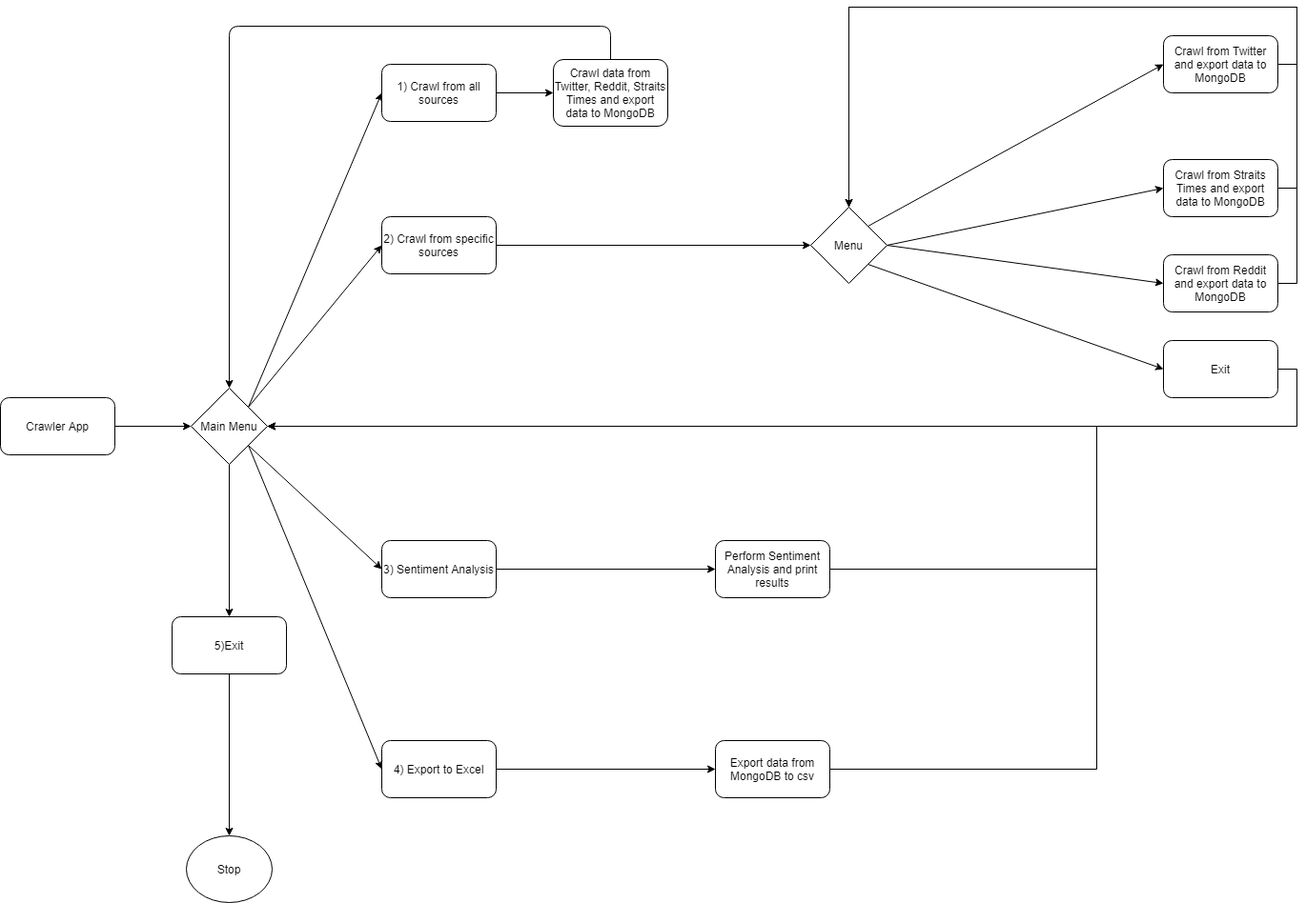
This is Spooder/Untitled Diagram.png from yxchia98/spooder, a draw.io export, as it was before one commit. Source tidied: cells renumbered, new cells last; positions are measured from the earlier drawing's top-left corner, leaving out a move shared by most shapes.
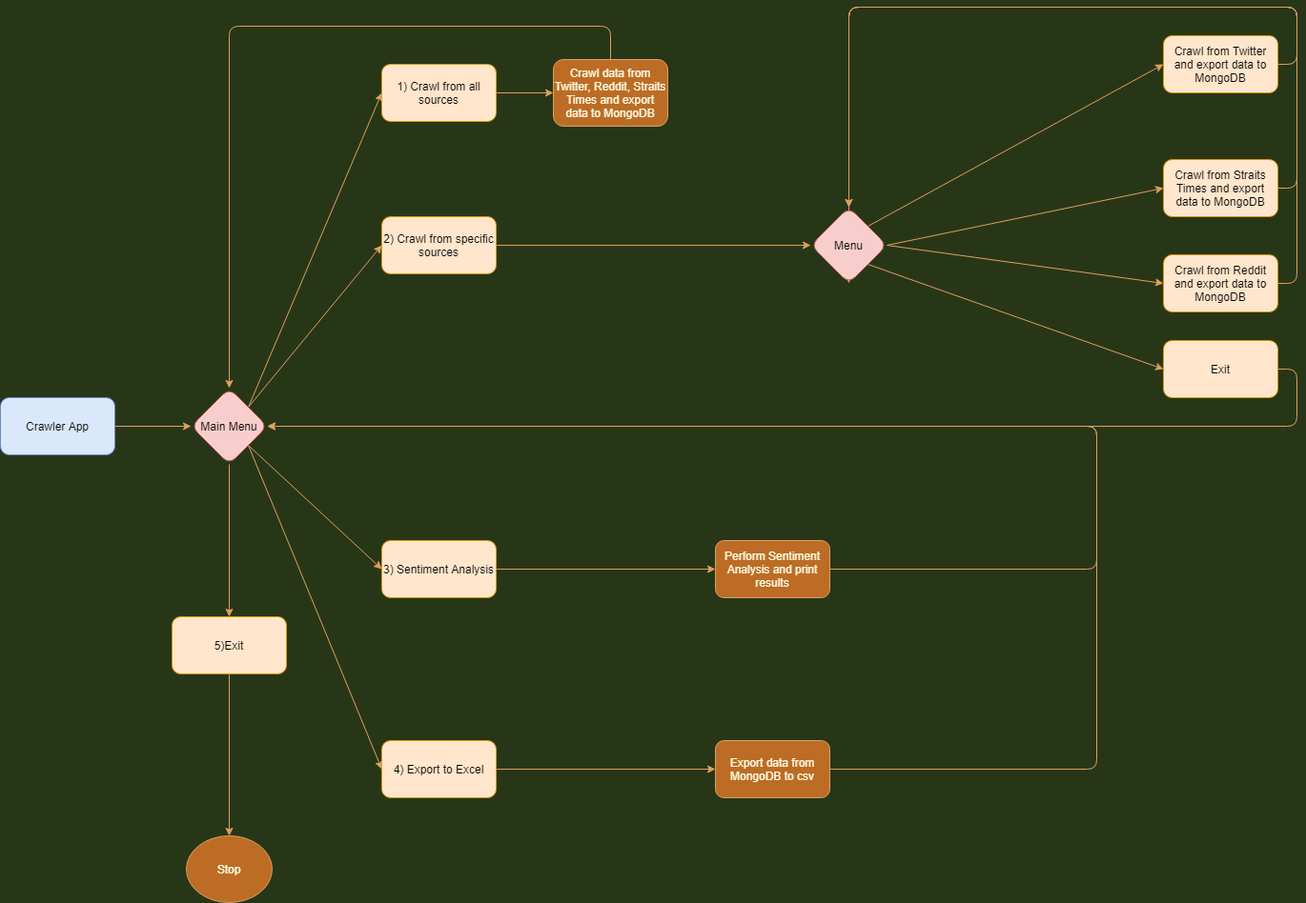
After the change.

The edit, as a diff of the source:
```diff
@@ -1,65 +1,65 @@
-<mxGraphModel>
+<mxGraphModel background="#283618">
   <root>
     <mxCell id="0" />
     <mxCell id="1" parent="0" />
-    <mxCell id="2" style="edgeStyle=orthogonalEdgeStyle;rounded=0;jettySize=auto;html=1;exitX=1;exitY=0.5;exitDx=0;exitDy=0;entryX=0;entryY=0.5;entryDx=0;entryDy=0;" parent="1" edge="1" source="3" target="20">
+    <mxCell id="2" style="edgeStyle=orthogonalEdgeStyle;jettySize=auto;html=1;exitX=1;exitY=0.5;exitDx=0;exitDy=0;entryX=0;entryY=0.5;entryDx=0;entryDy=0;labelBackgroundColor=#283618;strokeColor=#DDA15E;fontColor=#FEFAE0;" parent="1" edge="1" source="3" target="20">
       <mxGeometry relative="1" as="geometry" />
     </mxCell>
-    <mxCell id="3" value="1) Crawl from all sources" style="rounded=1;whiteSpace=wrap;html=1;" parent="1" vertex="1">
+    <mxCell id="3" value="1) Crawl from all sources" style="whiteSpace=wrap;html=1;rounded=1;fillColor=#ffe6cc;strokeColor=#d79b00;" parent="1" vertex="1">
       <mxGeometry x="400" y="60" width="120" height="60" as="geometry" />
     </mxCell>
-    <mxCell id="4" style="edgeStyle=orthogonalEdgeStyle;rounded=0;jettySize=auto;html=1;exitX=1;exitY=0.5;exitDx=0;exitDy=0;entryX=0;entryY=0.5;entryDx=0;entryDy=0;" parent="1" edge="1" source="5" target="35">
+    <mxCell id="4" style="edgeStyle=orthogonalEdgeStyle;jettySize=auto;html=1;exitX=1;exitY=0.5;exitDx=0;exitDy=0;entryX=0;entryY=0.5;entryDx=0;entryDy=0;labelBackgroundColor=#283618;strokeColor=#DDA15E;fontColor=#FEFAE0;" parent="1" edge="1" source="5" target="35">
       <mxGeometry relative="1" as="geometry" />
     </mxCell>
-    <mxCell id="5" value="4) Export to Excel" style="rounded=1;whiteSpace=wrap;html=1;" parent="1" vertex="1">
+    <mxCell id="5" value="4) Export to Excel" style="whiteSpace=wrap;html=1;rounded=1;fillColor=#ffe6cc;strokeColor=#d79b00;" parent="1" vertex="1">
       <mxGeometry x="400" y="770" width="120" height="60" as="geometry" />
     </mxCell>
-    <mxCell id="6" value="3) Sentiment Analysis" style="rounded=1;whiteSpace=wrap;html=1;" parent="1" vertex="1">
+    <mxCell id="6" value="3) Sentiment Analysis" style="whiteSpace=wrap;html=1;rounded=1;fillColor=#ffe6cc;strokeColor=#d79b00;" parent="1" vertex="1">
       <mxGeometry x="400" y="560" width="120" height="60" as="geometry" />
     </mxCell>
-    <mxCell id="7" style="edgeStyle=orthogonalEdgeStyle;rounded=0;jettySize=auto;html=1;" parent="1" edge="1" source="8" target="39">
+    <mxCell id="7" style="edgeStyle=orthogonalEdgeStyle;jettySize=auto;html=1;labelBackgroundColor=#283618;strokeColor=#DDA15E;fontColor=#FEFAE0;" parent="1" edge="1" source="8" target="39">
       <mxGeometry relative="1" as="geometry" />
     </mxCell>
-    <mxCell id="8" value="2) Crawl from specific sources" style="rounded=1;whiteSpace=wrap;html=1;" parent="1" vertex="1">
+    <mxCell id="8" value="2) Crawl from specific sources" style="whiteSpace=wrap;html=1;rounded=1;fillColor=#ffe6cc;strokeColor=#d79b00;" parent="1" vertex="1">
       <mxGeometry x="400" y="220" width="120" height="60" as="geometry" />
     </mxCell>
-    <mxCell id="9" style="edgeStyle=orthogonalEdgeStyle;rounded=0;jettySize=auto;html=1;exitX=1;exitY=0.5;exitDx=0;exitDy=0;" parent="1" edge="1" source="10" target="18">
+    <mxCell id="9" style="edgeStyle=orthogonalEdgeStyle;jettySize=auto;html=1;exitX=1;exitY=0.5;exitDx=0;exitDy=0;labelBackgroundColor=#283618;strokeColor=#DDA15E;fontColor=#FEFAE0;" parent="1" edge="1" source="10" target="18">
       <mxGeometry relative="1" as="geometry" />
     </mxCell>
-    <mxCell id="10" value="Crawler App" style="rounded=1;whiteSpace=wrap;html=1;" parent="1" vertex="1">
+    <mxCell id="10" value="Crawler App" style="whiteSpace=wrap;html=1;rounded=1;fillColor=#dae8fc;strokeColor=#6c8ebf;" parent="1" vertex="1">
       <mxGeometry y="410" width="120" height="60" as="geometry" />
     </mxCell>
-    <mxCell id="11" style="edgeStyle=orthogonalEdgeStyle;rounded=0;jettySize=auto;html=1;exitX=0.5;exitY=1;exitDx=0;exitDy=0;entryX=0.5;entryY=0;entryDx=0;entryDy=0;" parent="1" edge="1" source="12" target="19">
+    <mxCell id="11" style="edgeStyle=orthogonalEdgeStyle;jettySize=auto;html=1;exitX=0.5;exitY=1;exitDx=0;exitDy=0;entryX=0.5;entryY=0;entryDx=0;entryDy=0;labelBackgroundColor=#283618;strokeColor=#DDA15E;fontColor=#FEFAE0;" parent="1" edge="1" source="12" target="19">
       <mxGeometry relative="1" as="geometry" />
     </mxCell>
-    <mxCell id="12" value="5)Exit" style="rounded=1;whiteSpace=wrap;html=1;" parent="1" vertex="1">
+    <mxCell id="12" value="5)Exit" style="whiteSpace=wrap;html=1;rounded=1;fillColor=#ffe6cc;strokeColor=#d79b00;" parent="1" vertex="1">
       <mxGeometry x="180" y="640" width="120" height="60" as="geometry" />
     </mxCell>
-    <mxCell id="13" style="endArrow=classic;html=1;entryX=0;entryY=0.5;entryDx=0;entryDy=0;exitX=1;exitY=0;exitDx=0;exitDy=0;" parent="1" edge="1" source="18" target="3">
+    <mxCell id="13" style="endArrow=classic;html=1;entryX=0;entryY=0.5;entryDx=0;entryDy=0;exitX=1;exitY=0;exitDx=0;exitDy=0;labelBackgroundColor=#283618;strokeColor=#DDA15E;fontColor=#FEFAE0;" parent="1" edge="1" source="18" target="3">
       <mxGeometry relative="1" as="geometry" />
     </mxCell>
-    <mxCell id="14" style="endArrow=classic;html=1;entryX=0;entryY=0.5;entryDx=0;entryDy=0;exitX=1;exitY=0;exitDx=0;exitDy=0;" parent="1" edge="1" source="18" target="8">
+    <mxCell id="14" style="endArrow=classic;html=1;entryX=0;entryY=0.5;entryDx=0;entryDy=0;exitX=1;exitY=0;exitDx=0;exitDy=0;labelBackgroundColor=#283618;strokeColor=#DDA15E;fontColor=#FEFAE0;" parent="1" edge="1" source="18" target="8">
       <mxGeometry relative="1" as="geometry" />
     </mxCell>
-    <mxCell id="15" style="endArrow=classic;html=1;entryX=0;entryY=0.5;entryDx=0;entryDy=0;exitX=1;exitY=1;exitDx=0;exitDy=0;" parent="1" edge="1" source="18" target="6">
+    <mxCell id="15" style="endArrow=classic;html=1;entryX=0;entryY=0.5;entryDx=0;entryDy=0;exitX=1;exitY=1;exitDx=0;exitDy=0;labelBackgroundColor=#283618;strokeColor=#DDA15E;fontColor=#FEFAE0;" parent="1" edge="1" source="18" target="6">
       <mxGeometry relative="1" as="geometry" />
     </mxCell>
-    <mxCell id="16" style="endArrow=classic;html=1;exitX=1;exitY=1;exitDx=0;exitDy=0;entryX=0;entryY=0.5;entryDx=0;entryDy=0;" parent="1" edge="1" source="18" target="5">
+    <mxCell id="16" style="endArrow=classic;html=1;exitX=1;exitY=1;exitDx=0;exitDy=0;entryX=0;entryY=0.5;entryDx=0;entryDy=0;labelBackgroundColor=#283618;strokeColor=#DDA15E;fontColor=#FEFAE0;" parent="1" edge="1" source="18" target="5">
       <mxGeometry relative="1" as="geometry" />
     </mxCell>
-    <mxCell id="17" style="endArrow=classic;html=1;entryX=0.5;entryY=0;entryDx=0;entryDy=0;exitX=0.5;exitY=1;exitDx=0;exitDy=0;" parent="1" edge="1" source="18" target="12">
+    <mxCell id="17" style="endArrow=classic;html=1;entryX=0.5;entryY=0;entryDx=0;entryDy=0;exitX=0.5;exitY=1;exitDx=0;exitDy=0;labelBackgroundColor=#283618;strokeColor=#DDA15E;fontColor=#FEFAE0;" parent="1" edge="1" source="18" target="12">
       <mxGeometry relative="1" as="geometry" />
     </mxCell>
-    <mxCell id="18" value="Main Menu" style="rhombus;whiteSpace=wrap;html=1;" parent="1" vertex="1">
+    <mxCell id="18" value="Main Menu" style="rhombus;whiteSpace=wrap;html=1;rounded=1;fillColor=#f8cecc;strokeColor=#b85450;" parent="1" vertex="1">
       <mxGeometry x="200" y="400" width="80" height="80" as="geometry" />
     </mxCell>
-    <mxCell id="19" value="Stop" style="ellipse;whiteSpace=wrap;html=1;" parent="1" vertex="1">
+    <mxCell id="19" value="Stop" style="ellipse;whiteSpace=wrap;html=1;rounded=1;fillColor=#BC6C25;strokeColor=#DDA15E;fontColor=#FEFAE0;" parent="1" vertex="1">
       <mxGeometry x="195" y="870" width="90" height="70" as="geometry" />
     </mxCell>
-    <mxCell id="20" value="Crawl data from Twitter, Reddit, Straits Times and export data to MongoDB" style="rounded=1;whiteSpace=wrap;html=1;" parent="1" vertex="1">
+    <mxCell id="20" value="Crawl data from Twitter, Reddit, Straits Times and export data to MongoDB" style="whiteSpace=wrap;html=1;rounded=1;fillColor=#BC6C25;strokeColor=#DDA15E;fontColor=#FEFAE0;" parent="1" vertex="1">
       <mxGeometry x="580" y="55" width="120" height="70" as="geometry" />
     </mxCell>
-    <mxCell id="21" style="endArrow=classic;html=1;exitX=0.5;exitY=0;exitDx=0;exitDy=0;entryX=0.5;entryY=0;entryDx=0;entryDy=0;" parent="1" edge="1" source="20" target="18">
+    <mxCell id="21" style="endArrow=classic;html=1;exitX=0.5;exitY=0;exitDx=0;exitDy=0;entryX=0.5;entryY=0;entryDx=0;entryDy=0;labelBackgroundColor=#283618;strokeColor=#DDA15E;fontColor=#FEFAE0;" parent="1" edge="1" source="20" target="18">
       <mxGeometry relative="1" as="geometry">
         <Array as="points">
           <mxPoint x="640" y="20" />
@@ -67,7 +67,7 @@
         </Array>
       </mxGeometry>
     </mxCell>
-    <mxCell id="22" style="edgeStyle=orthogonalEdgeStyle;rounded=0;jettySize=auto;html=1;entryX=0.5;entryY=0;entryDx=0;entryDy=0;exitX=1;exitY=0.5;exitDx=0;exitDy=0;" parent="1" edge="1" source="23" target="39">
+    <mxCell id="22" style="edgeStyle=orthogonalEdgeStyle;jettySize=auto;html=1;entryX=0.5;entryY=0;entryDx=0;entryDy=0;exitX=1;exitY=0.5;exitDx=0;exitDy=0;labelBackgroundColor=#283618;strokeColor=#DDA15E;fontColor=#FEFAE0;" parent="1" edge="1" source="23" target="39">
       <mxGeometry relative="1" as="geometry">
         <Array as="points">
           <mxPoint x="1360" y="60" />
@@ -76,13 +76,13 @@
         </Array>
       </mxGeometry>
     </mxCell>
-    <mxCell id="23" value="Crawl from Twitter and export data to MongoDB" style="rounded=1;whiteSpace=wrap;html=1;" parent="1" vertex="1">
+    <mxCell id="23" value="Crawl from Twitter and export data to MongoDB" style="whiteSpace=wrap;html=1;rounded=1;fillColor=#ffe6cc;strokeColor=#d79b00;" parent="1" vertex="1">
       <mxGeometry x="1220" y="30" width="120" height="60" as="geometry" />
     </mxCell>
-    <mxCell id="24" style="endArrow=classic;html=1;exitX=1;exitY=0;exitDx=0;exitDy=0;entryX=0;entryY=0.5;entryDx=0;entryDy=0;" parent="1" edge="1" source="39" target="23">
+    <mxCell id="24" style="endArrow=classic;html=1;exitX=1;exitY=0;exitDx=0;exitDy=0;entryX=0;entryY=0.5;entryDx=0;entryDy=0;labelBackgroundColor=#283618;strokeColor=#DDA15E;fontColor=#FEFAE0;" parent="1" edge="1" source="39" target="23">
       <mxGeometry relative="1" as="geometry" />
     </mxCell>
-    <mxCell id="25" style="edgeStyle=orthogonalEdgeStyle;rounded=0;jettySize=auto;html=1;entryX=0.5;entryY=1;entryDx=0;entryDy=0;exitX=1;exitY=0.5;exitDx=0;exitDy=0;" parent="1" edge="1" source="26" target="39">
+    <mxCell id="25" style="edgeStyle=orthogonalEdgeStyle;jettySize=auto;html=1;entryX=0.5;entryY=1;entryDx=0;entryDy=0;exitX=1;exitY=0.5;exitDx=0;exitDy=0;labelBackgroundColor=#283618;strokeColor=#DDA15E;fontColor=#FEFAE0;" parent="1" edge="1" source="26" target="39">
       <mxGeometry relative="1" as="geometry">
         <Array as="points">
           <mxPoint x="1360" y="290" />
@@ -91,10 +91,10 @@
         </Array>
       </mxGeometry>
     </mxCell>
-    <mxCell id="26" value="Crawl from Reddit and export data to MongoDB" style="rounded=1;whiteSpace=wrap;html=1;" parent="1" vertex="1">
+    <mxCell id="26" value="Crawl from Reddit and export data to MongoDB" style="whiteSpace=wrap;html=1;rounded=1;fillColor=#ffe6cc;strokeColor=#d79b00;" parent="1" vertex="1">
       <mxGeometry x="1220" y="260" width="120" height="60" as="geometry" />
     </mxCell>
-    <mxCell id="27" style="edgeStyle=orthogonalEdgeStyle;rounded=0;jettySize=auto;html=1;entryX=0.5;entryY=0;entryDx=0;entryDy=0;exitX=1;exitY=0.5;exitDx=0;exitDy=0;" parent="1" edge="1" source="28" target="39">
+    <mxCell id="27" style="edgeStyle=orthogonalEdgeStyle;jettySize=auto;html=1;entryX=0.5;entryY=0;entryDx=0;entryDy=0;exitX=1;exitY=0.5;exitDx=0;exitDy=0;labelBackgroundColor=#283618;strokeColor=#DDA15E;fontColor=#FEFAE0;" parent="1" edge="1" source="28" target="39">
       <mxGeometry relative="1" as="geometry">
         <Array as="points">
           <mxPoint x="1360" y="190" />
@@ -103,16 +103,16 @@
         </Array>
       </mxGeometry>
     </mxCell>
-    <mxCell id="28" value="Crawl from Straits Times and export data to MongoDB" style="rounded=1;whiteSpace=wrap;html=1;" parent="1" vertex="1">
+    <mxCell id="28" value="Crawl from Straits Times and export data to MongoDB" style="whiteSpace=wrap;html=1;rounded=1;fillColor=#ffe6cc;strokeColor=#d79b00;" parent="1" vertex="1">
       <mxGeometry x="1220" y="160" width="120" height="60" as="geometry" />
     </mxCell>
-    <mxCell id="29" style="endArrow=classic;html=1;entryX=0;entryY=0.5;entryDx=0;entryDy=0;exitX=1;exitY=0.5;exitDx=0;exitDy=0;" parent="1" edge="1" source="39" target="26">
+    <mxCell id="29" style="endArrow=classic;html=1;entryX=0;entryY=0.5;entryDx=0;entryDy=0;exitX=1;exitY=0.5;exitDx=0;exitDy=0;labelBackgroundColor=#283618;strokeColor=#DDA15E;fontColor=#FEFAE0;" parent="1" edge="1" source="39" target="26">
       <mxGeometry relative="1" as="geometry" />
     </mxCell>
-    <mxCell id="30" style="endArrow=classic;html=1;entryX=0;entryY=0.5;entryDx=0;entryDy=0;exitX=1;exitY=0.5;exitDx=0;exitDy=0;" parent="1" edge="1" source="39" target="28">
+    <mxCell id="30" style="endArrow=classic;html=1;entryX=0;entryY=0.5;entryDx=0;entryDy=0;exitX=1;exitY=0.5;exitDx=0;exitDy=0;labelBackgroundColor=#283618;strokeColor=#DDA15E;fontColor=#FEFAE0;" parent="1" edge="1" source="39" target="28">
       <mxGeometry relative="1" as="geometry" />
     </mxCell>
-    <mxCell id="31" style="edgeStyle=orthogonalEdgeStyle;rounded=0;jettySize=auto;html=1;entryX=1;entryY=0.5;entryDx=0;entryDy=0;" parent="1" edge="1" source="32" target="18">
+    <mxCell id="31" style="edgeStyle=orthogonalEdgeStyle;jettySize=auto;html=1;entryX=1;entryY=0.5;entryDx=0;entryDy=0;labelBackgroundColor=#283618;strokeColor=#DDA15E;fontColor=#FEFAE0;" parent="1" edge="1" source="32" target="18">
       <mxGeometry relative="1" as="geometry">
         <Array as="points">
           <mxPoint x="1150" y="590" />
@@ -120,13 +120,13 @@
         </Array>
       </mxGeometry>
     </mxCell>
-    <mxCell id="32" value="Perform Sentiment Analysis and print results" style="rounded=1;whiteSpace=wrap;html=1;" parent="1" vertex="1">
+    <mxCell id="32" value="Perform Sentiment Analysis and print results" style="whiteSpace=wrap;html=1;rounded=1;fillColor=#BC6C25;strokeColor=#DDA15E;fontColor=#FEFAE0;" parent="1" vertex="1">
       <mxGeometry x="750" y="560" width="120" height="60" as="geometry" />
     </mxCell>
-    <mxCell id="33" style="endArrow=classic;html=1;entryX=0;entryY=0.5;entryDx=0;entryDy=0;exitX=1;exitY=0.5;exitDx=0;exitDy=0;" parent="1" edge="1" source="6" target="32">
+    <mxCell id="33" style="endArrow=classic;html=1;entryX=0;entryY=0.5;entryDx=0;entryDy=0;exitX=1;exitY=0.5;exitDx=0;exitDy=0;labelBackgroundColor=#283618;strokeColor=#DDA15E;fontColor=#FEFAE0;" parent="1" edge="1" source="6" target="32">
       <mxGeometry relative="1" as="geometry" />
     </mxCell>
-    <mxCell id="34" style="edgeStyle=orthogonalEdgeStyle;rounded=0;jettySize=auto;html=1;entryX=1;entryY=0.5;entryDx=0;entryDy=0;" parent="1" edge="1" source="35" target="18">
+    <mxCell id="34" style="edgeStyle=orthogonalEdgeStyle;jettySize=auto;html=1;entryX=1;entryY=0.5;entryDx=0;entryDy=0;labelBackgroundColor=#283618;strokeColor=#DDA15E;fontColor=#FEFAE0;" parent="1" edge="1" source="35" target="18">
       <mxGeometry relative="1" as="geometry">
         <Array as="points">
           <mxPoint x="1150" y="800" />
@@ -134,10 +134,10 @@
         </Array>
       </mxGeometry>
     </mxCell>
-    <mxCell id="35" value="Export data from MongoDB to csv" style="rounded=1;whiteSpace=wrap;html=1;" parent="1" vertex="1">
+    <mxCell id="35" value="Export data from MongoDB to csv" style="whiteSpace=wrap;html=1;rounded=1;fillColor=#BC6C25;strokeColor=#DDA15E;fontColor=#FEFAE0;" parent="1" vertex="1">
       <mxGeometry x="750" y="770" width="120" height="60" as="geometry" />
     </mxCell>
-    <mxCell id="36" style="edgeStyle=orthogonalEdgeStyle;rounded=0;jettySize=auto;html=1;entryX=1;entryY=0.5;entryDx=0;entryDy=0;exitX=1;exitY=0.5;exitDx=0;exitDy=0;" parent="1" edge="1" source="37" target="18">
+    <mxCell id="36" style="edgeStyle=orthogonalEdgeStyle;jettySize=auto;html=1;entryX=1;entryY=0.5;entryDx=0;entryDy=0;exitX=1;exitY=0.5;exitDx=0;exitDy=0;labelBackgroundColor=#283618;strokeColor=#DDA15E;fontColor=#FEFAE0;" parent="1" edge="1" source="37" target="18">
       <mxGeometry relative="1" as="geometry">
         <Array as="points">
           <mxPoint x="1360" y="380" />
@@ -145,13 +145,13 @@
         </Array>
       </mxGeometry>
     </mxCell>
-    <mxCell id="37" value="Exit" style="rounded=1;whiteSpace=wrap;html=1;" parent="1" vertex="1">
+    <mxCell id="37" value="Exit" style="whiteSpace=wrap;html=1;rounded=1;fillColor=#ffe6cc;strokeColor=#d79b00;" parent="1" vertex="1">
       <mxGeometry x="1220" y="350" width="120" height="60" as="geometry" />
     </mxCell>
-    <mxCell id="38" style="endArrow=classic;html=1;entryX=0;entryY=0.5;entryDx=0;entryDy=0;exitX=1;exitY=1;exitDx=0;exitDy=0;" parent="1" edge="1" source="39" target="37">
+    <mxCell id="38" style="endArrow=classic;html=1;entryX=0;entryY=0.5;entryDx=0;entryDy=0;exitX=1;exitY=1;exitDx=0;exitDy=0;labelBackgroundColor=#283618;strokeColor=#DDA15E;fontColor=#FEFAE0;" parent="1" edge="1" source="39" target="37">
       <mxGeometry relative="1" as="geometry" />
     </mxCell>
-    <mxCell id="39" value="Menu" style="rhombus;whiteSpace=wrap;html=1;" parent="1" vertex="1">
+    <mxCell id="39" value="Menu" style="rhombus;whiteSpace=wrap;html=1;rounded=1;fillColor=#f8cecc;strokeColor=#b85450;" parent="1" vertex="1">
       <mxGeometry x="850" y="210" width="80" height="80" as="geometry" />
     </mxCell>
   </root>
```
